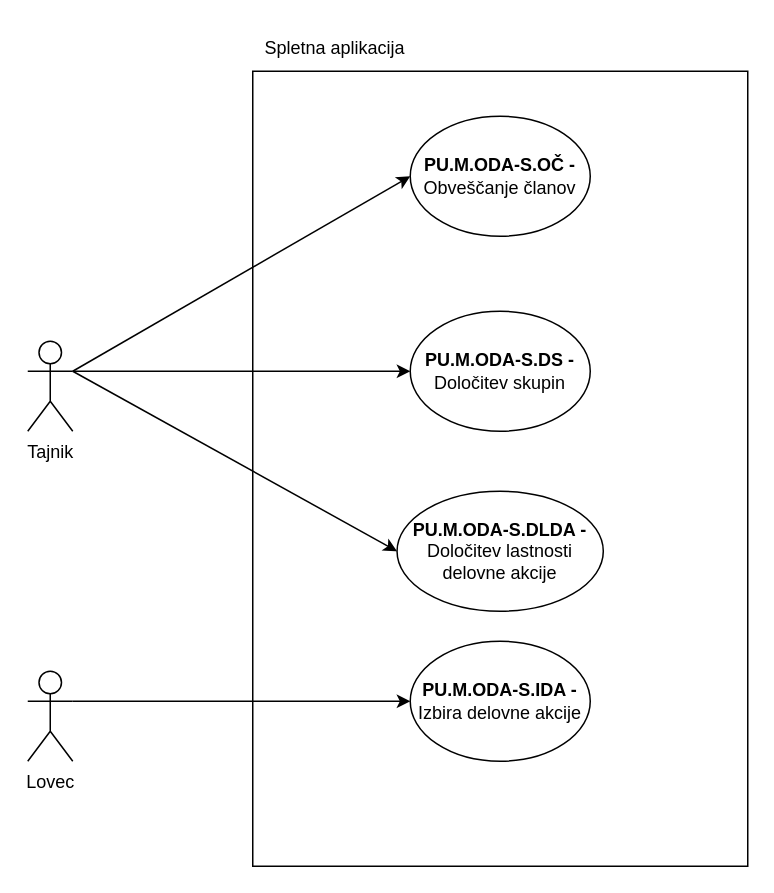
Earlier version of the draw.io diagram Organiziranje delovnih akcij-Spletna aplikacija.drawio (ErnestISv/Lovstvo). Source tidied: cells renumbered, new cells numbered last; positions are measured from the earlier drawing's top-left corner, leaving out a move shared by most shapes. Both pictures are drawn from the tidied source at 150%, with x=0, y=0 at pixel (27, 26).
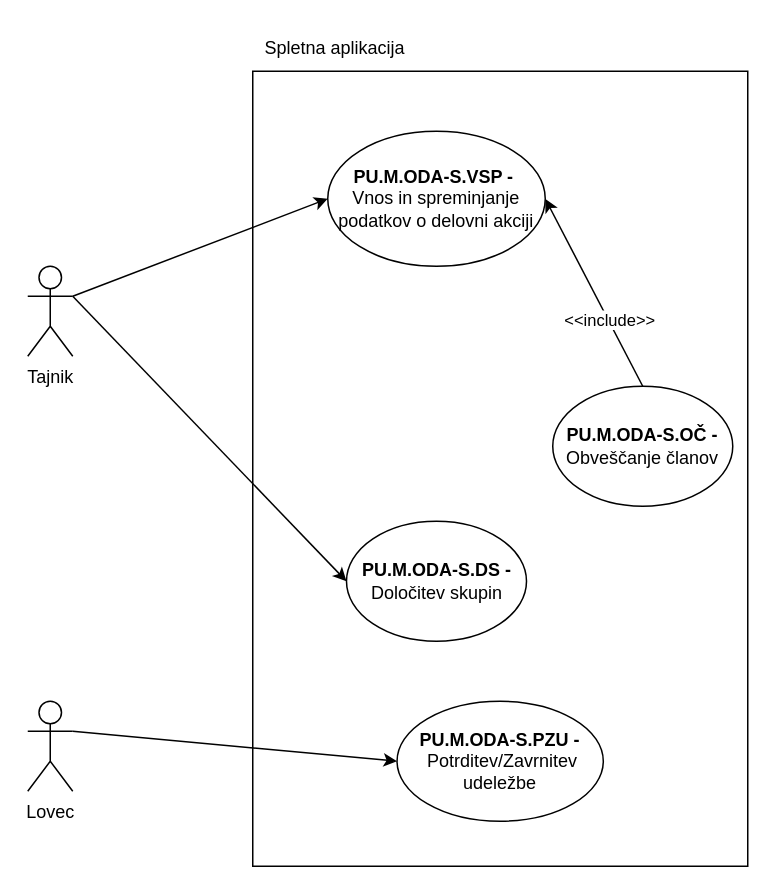
The same diagram, later.

Diff of the diagram source:
```diff
@@
 <mxGraphModel>
   <root>
     <mxCell id="0" />
     <mxCell id="1" parent="0" />
     <mxCell id="2" style="rounded=0;whiteSpace=wrap;html=1;" parent="1" vertex="1">
       <mxGeometry x="150" y="30" width="330" height="530" as="geometry" />
     </mxCell>
     <mxCell id="3" value="Spletna aplikacija" style="text;html=1;align=center;verticalAlign=middle;whiteSpace=wrap;rounded=0;" parent="1" vertex="1">
       <mxGeometry x="150" width="110" height="30" as="geometry" />
     </mxCell>
-    <mxCell id="4" value="&lt;b&gt;PU.M.ODA-S.IDA -&lt;/b&gt; Izbira delovne akcije" style="ellipse;whiteSpace=wrap;html=1;" parent="1" vertex="1">
-      <mxGeometry x="255" y="410" width="120" height="80" as="geometry" />
+    <mxCell id="4" value="&lt;b&gt;PU.M.ODA-S.VSP -&amp;nbsp;&lt;/b&gt;&lt;div&gt;Vnos in spreminjanje podatkov o delovni akciji&lt;/div&gt;" style="ellipse;whiteSpace=wrap;html=1;" parent="1" vertex="1">
+      <mxGeometry x="200" y="70" width="145" height="90" as="geometry" />
     </mxCell>
-    <mxCell id="5" value="&lt;b&gt;PU.M.ODA-S.DLDA -&lt;/b&gt; Določitev lastnosti delovne akcije" style="ellipse;whiteSpace=wrap;html=1;" parent="1" vertex="1">
-      <mxGeometry x="246.2" y="310" width="137.5" height="80" as="geometry" />
+    <mxCell id="5" value="&lt;b&gt;PU.M.ODA-S.PZU -&lt;/b&gt;&amp;nbsp;Potrditev/Zavrnitev udeležbe" style="ellipse;whiteSpace=wrap;html=1;" parent="1" vertex="1">
+      <mxGeometry x="246.2" y="450" width="137.5" height="80" as="geometry" />
     </mxCell>
     <mxCell id="6" value="&lt;b&gt;PU.M.ODA-S.DS -&lt;/b&gt; Določitev skupin" style="ellipse;whiteSpace=wrap;html=1;" parent="1" vertex="1">
-      <mxGeometry x="255" y="190" width="120" height="80" as="geometry" />
+      <mxGeometry x="212.5" y="330" width="120" height="80" as="geometry" />
     </mxCell>
     <mxCell id="7" value="&lt;b&gt;PU.M.ODA-S.OČ -&lt;/b&gt; Obveščanje članov" style="ellipse;whiteSpace=wrap;html=1;" parent="1" vertex="1">
-      <mxGeometry x="255" y="60" width="120" height="80" as="geometry" />
+      <mxGeometry x="350" y="240" width="120" height="80" as="geometry" />
     </mxCell>
-    <mxCell id="8" value="Lovec" style="shape=umlActor;verticalLabelPosition=bottom;verticalAlign=top;html=1;outlineConnect=0;" parent="1" vertex="1">
-      <mxGeometry y="430" width="30" height="60" as="geometry" />
-    </mxCell>
-    <mxCell id="9" style="endArrow=classic;html=1;rounded=0;exitX=1;exitY=0.3333333333333333;exitDx=0;exitDy=0;exitPerimeter=0;entryX=0;entryY=0.5;entryDx=0;entryDy=0;" parent="1" edge="1" source="8" target="4">
+    <mxCell id="9" style="endArrow=classic;html=1;rounded=0;exitX=1;exitY=0.3333333333333333;exitDx=0;exitDy=0;exitPerimeter=0;entryX=0;entryY=0.5;entryDx=0;entryDy=0;" parent="1" edge="1" source="10" target="4">
       <mxGeometry relative="1" as="geometry" />
     </mxCell>
     <mxCell id="10" value="Tajnik" style="shape=umlActor;verticalLabelPosition=bottom;verticalAlign=top;html=1;outlineConnect=0;" parent="1" vertex="1">
-      <mxGeometry y="210" width="30" height="60" as="geometry" />
+      <mxGeometry y="160" width="30" height="60" as="geometry" />
     </mxCell>
-    <mxCell id="11" style="endArrow=classic;html=1;rounded=0;exitX=1;exitY=0.3333333333333333;exitDx=0;exitDy=0;exitPerimeter=0;entryX=0;entryY=0.5;entryDx=0;entryDy=0;" parent="1" edge="1" source="10" target="7">
+    <mxCell id="11" style="endArrow=classic;html=1;rounded=0;entryX=1;entryY=0.5;entryDx=0;entryDy=0;exitX=0.5;exitY=0;exitDx=0;exitDy=0;" parent="1" edge="1" source="7" target="4">
       <mxGeometry relative="1" as="geometry" />
     </mxCell>
+    <mxCell id="14" value="&amp;lt;&amp;lt;include&amp;gt;&amp;gt;" style="edgeLabel;html=1;align=center;verticalAlign=middle;" parent="11" vertex="1">
+      <mxGeometry x="-0.29" y="-1" relative="1" as="geometry" />
+    </mxCell>
     <mxCell id="12" style="endArrow=classic;html=1;rounded=0;exitX=1;exitY=0.3333333333333333;exitDx=0;exitDy=0;exitPerimeter=0;entryX=0;entryY=0.5;entryDx=0;entryDy=0;" parent="1" edge="1" source="10" target="6">
       <mxGeometry relative="1" as="geometry" />
     </mxCell>
-    <mxCell id="13" style="endArrow=classic;html=1;rounded=0;exitX=1;exitY=0.3333333333333333;exitDx=0;exitDy=0;exitPerimeter=0;entryX=0;entryY=0.5;entryDx=0;entryDy=0;" parent="1" edge="1" source="10" target="5">
+    <mxCell id="13" style="endArrow=classic;html=1;rounded=0;entryX=0;entryY=0.5;entryDx=0;entryDy=0;exitX=1;exitY=0.3333333333333333;exitDx=0;exitDy=0;exitPerimeter=0;" parent="1" edge="1" source="8" target="5">
       <mxGeometry relative="1" as="geometry" />
     </mxCell>
+    <mxCell id="8" value="Lovec" style="shape=umlActor;verticalLabelPosition=bottom;verticalAlign=top;html=1;outlineConnect=0;" parent="1" vertex="1">
+      <mxGeometry y="450" width="30" height="60" as="geometry" />
+    </mxCell>
   </root>
 </mxGraphModel>
```
